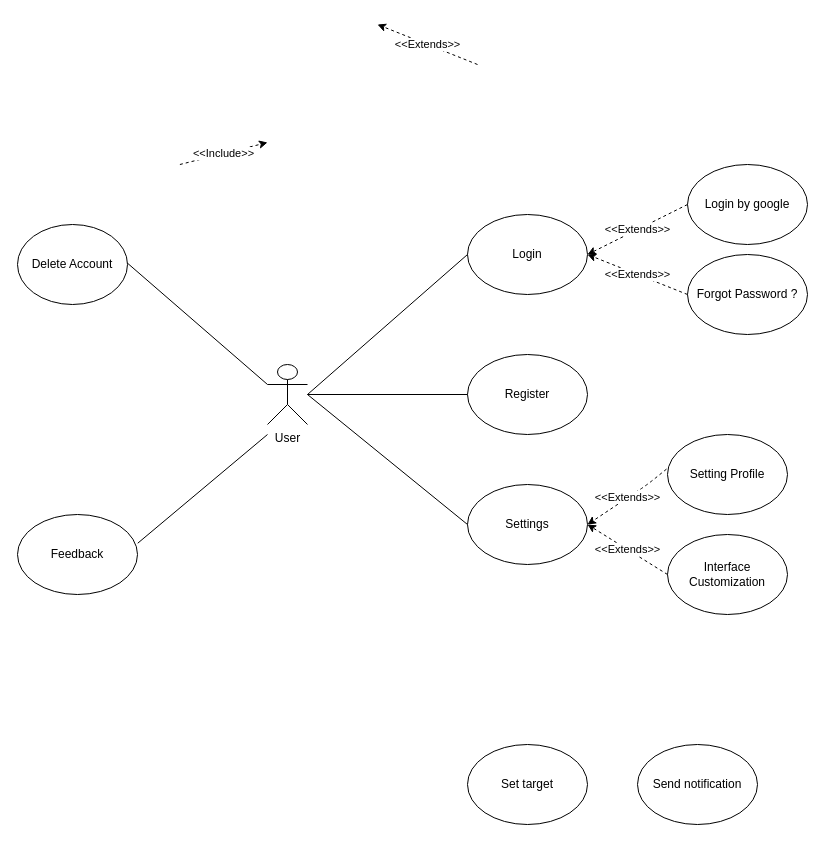
This is page "personal_infp" (1 of 4) of docs/use-case_diagram.drawio from viethoang1211/CatchMe, a draw.io file, before an edit. Source tidied: cells renumbered, new cells numbered last; positions are measured from the earlier drawing's top-left corner, leaving out a move shared by most shapes. Both pictures are drawn from the tidied source at 100%, with x=0, y=0 at pixel (17, 24).
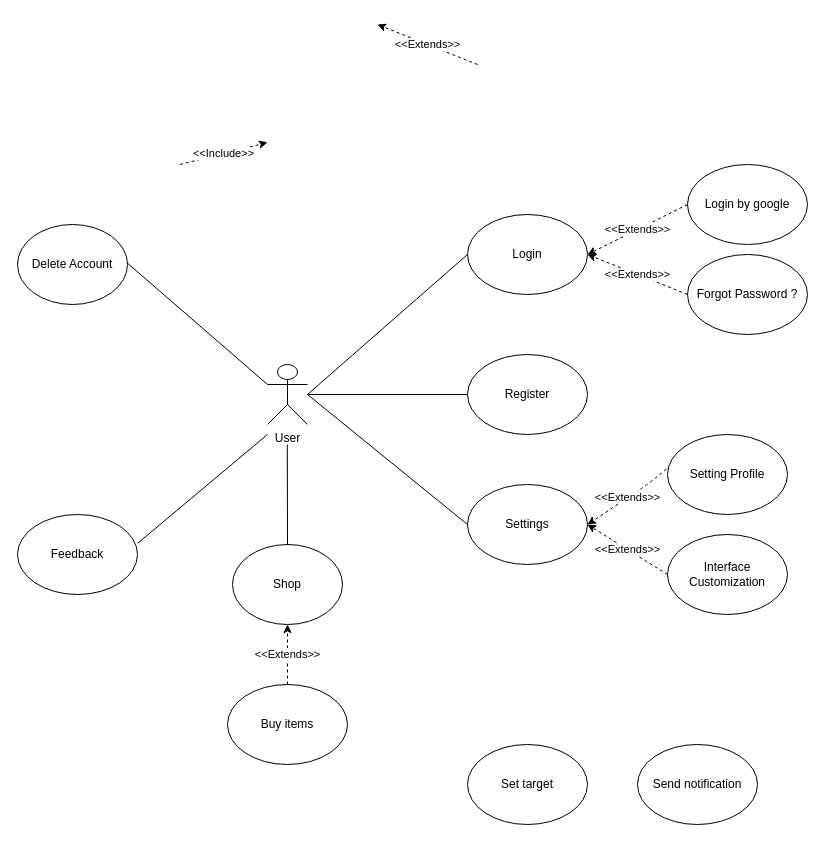
The same diagram, later.

What changed in the source:
```diff
@@
+    <mxCell id="25" value="Shop" style="ellipse;whiteSpace=wrap;html=1;" parent="1" vertex="1">
+      <mxGeometry x="215" y="520" width="110" height="80" as="geometry" />
+    </mxCell>
+    <mxCell id="26" style="endArrow=none;html=1;entryX=0.5;entryY=0;entryDx=0;entryDy=0;" parent="1" edge="1" target="25">
+      <mxGeometry relative="1" as="geometry">
+        <mxPoint x="269.8" y="420" as="sourcePoint" />
+      </mxGeometry>
+    </mxCell>
+    <mxCell id="27" value="Buy items" style="ellipse;whiteSpace=wrap;html=1;" parent="1" vertex="1">
+      <mxGeometry x="210" y="660" width="120" height="80" as="geometry" />
+    </mxCell>
+    <mxCell id="28" value="&amp;lt;&amp;lt;Extends&amp;gt;&amp;gt;" style="edgeStyle=none;html=1;dashed=1;exitX=0.5;exitY=0;exitDx=0;exitDy=0;" parent="1" edge="1" source="27">
+      <mxGeometry relative="1" as="geometry">
+        <mxPoint x="270" y="600" as="targetPoint" />
+      </mxGeometry>
+    </mxCell>
```
